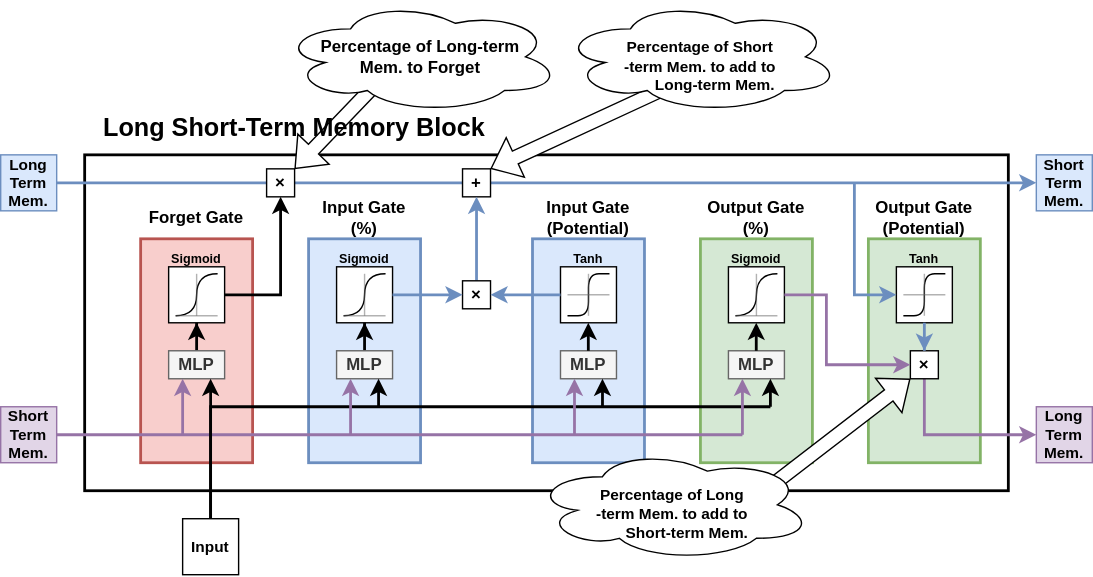
Above: lstm_fn_block.svg in yyhtbs-yye/course_images (draw.io), before the change. Source tidied: cells renumbered, new cells last; positions are measured from the earlier drawing's top-left corner, leaving out a move shared by most shapes.
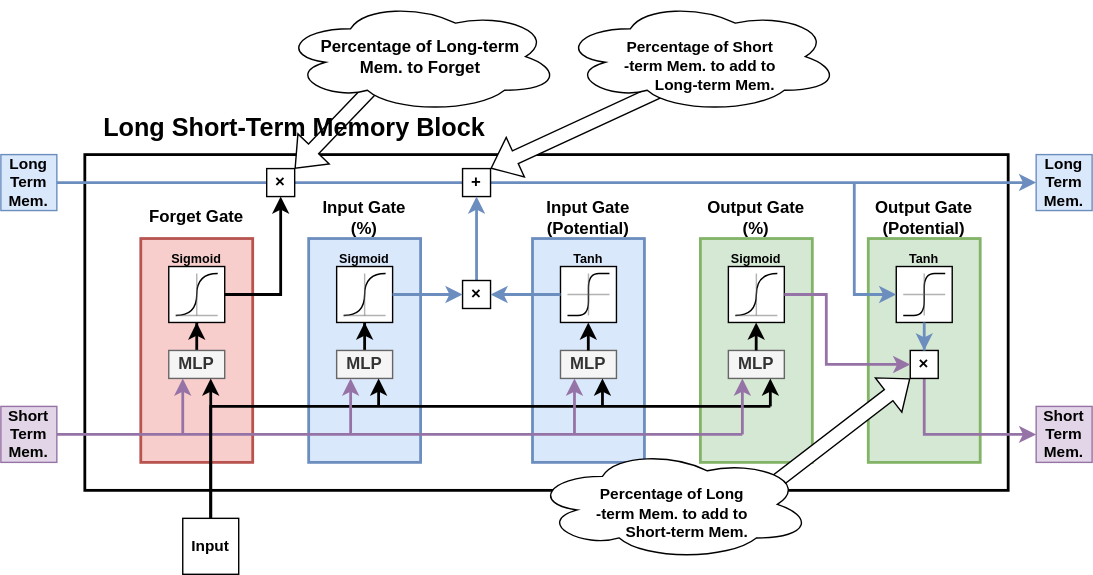
Later version of the same file.

Diff of the diagram source:
```diff
@@ -367,10 +367,10 @@
     <mxCell id="79" value="Output Gate (Potential)" style="text;html=1;strokeColor=none;fillColor=none;align=center;verticalAlign=middle;whiteSpace=wrap;rounded=0;fontStyle=1;fontSize=12;" parent="1" vertex="1">
       <mxGeometry x="610" y="140" width="100" height="30" as="geometry" />
     </mxCell>
-    <mxCell id="80" value="Short Term Mem." style="rounded=0;whiteSpace=wrap;html=1;fontSize=11;fontStyle=1;fillColor=#dae8fc;strokeColor=#6c8ebf;" parent="1" vertex="1">
+    <mxCell id="80" value="Long Term Mem." style="rounded=0;whiteSpace=wrap;html=1;fontSize=11;fontStyle=1;fillColor=#dae8fc;strokeColor=#6c8ebf;" parent="1" vertex="1">
       <mxGeometry x="740" y="110" width="40" height="40" as="geometry" />
     </mxCell>
-    <mxCell id="81" value="Long Term Mem." style="rounded=0;whiteSpace=wrap;html=1;fontSize=11;fontStyle=1;fillColor=#e1d5e7;strokeColor=#9673a6;" parent="1" vertex="1">
+    <mxCell id="81" value="Short Term Mem." style="rounded=0;whiteSpace=wrap;html=1;fontSize=11;fontStyle=1;fillColor=#e1d5e7;strokeColor=#9673a6;" parent="1" vertex="1">
       <mxGeometry x="740" y="290" width="40" height="40" as="geometry" />
     </mxCell>
     <mxCell id="82" style="shape=flexArrow;endArrow=classic;html=1;rounded=0;exitX=0.13;exitY=0.77;exitDx=0;exitDy=0;exitPerimeter=0;fillColor=default;" parent="1" edge="1">
```
